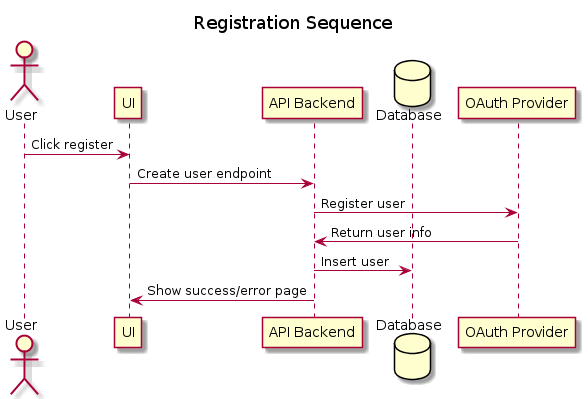
Before: diagram_out/Diagrams/UserStories/Registration Sequence.png, a diagram exported from PlantUML (adhurjaty/prediction-app).
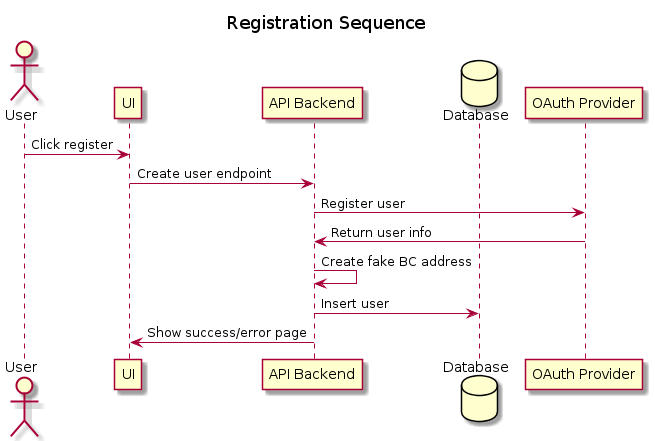
Above is the later version.

Diff of the diagram source:
```diff
@@ -12,6 +12,7 @@
 ui -> api : Create user endpoint
 api -> oauth : Register user
 oauth -> api : Return user info
+api -> api : Create fake BC address
 api -> db : Insert user
 api -> ui : Show success/error page
 
```
